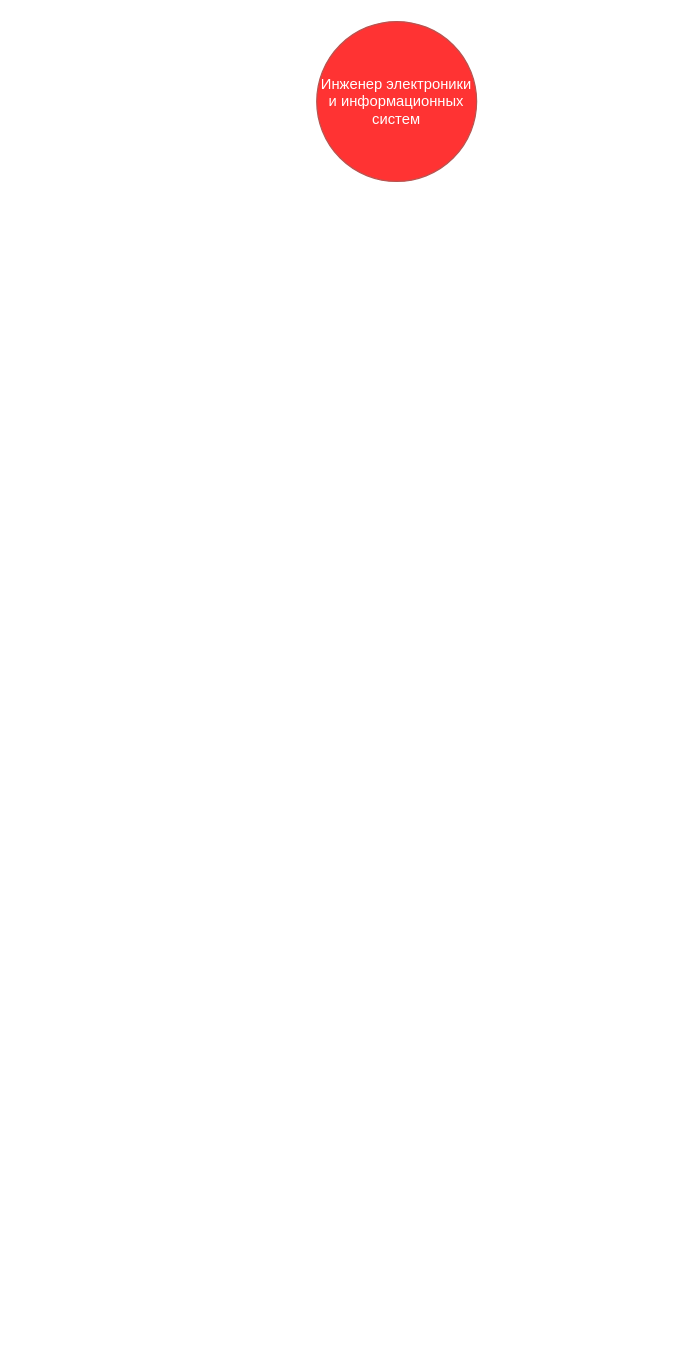
The draw.io diagram Диаграмма без названия.drawio in kamnetanker/engineer_path, before the edit. Source tidied: cells renumbered, new cells numbered last; positions are measured from the earlier drawing's top-left corner, leaving out a move shared by most shapes. Both pictures are drawn from the tidied source at 123%, with x=0, y=0 at pixel (316, 21).
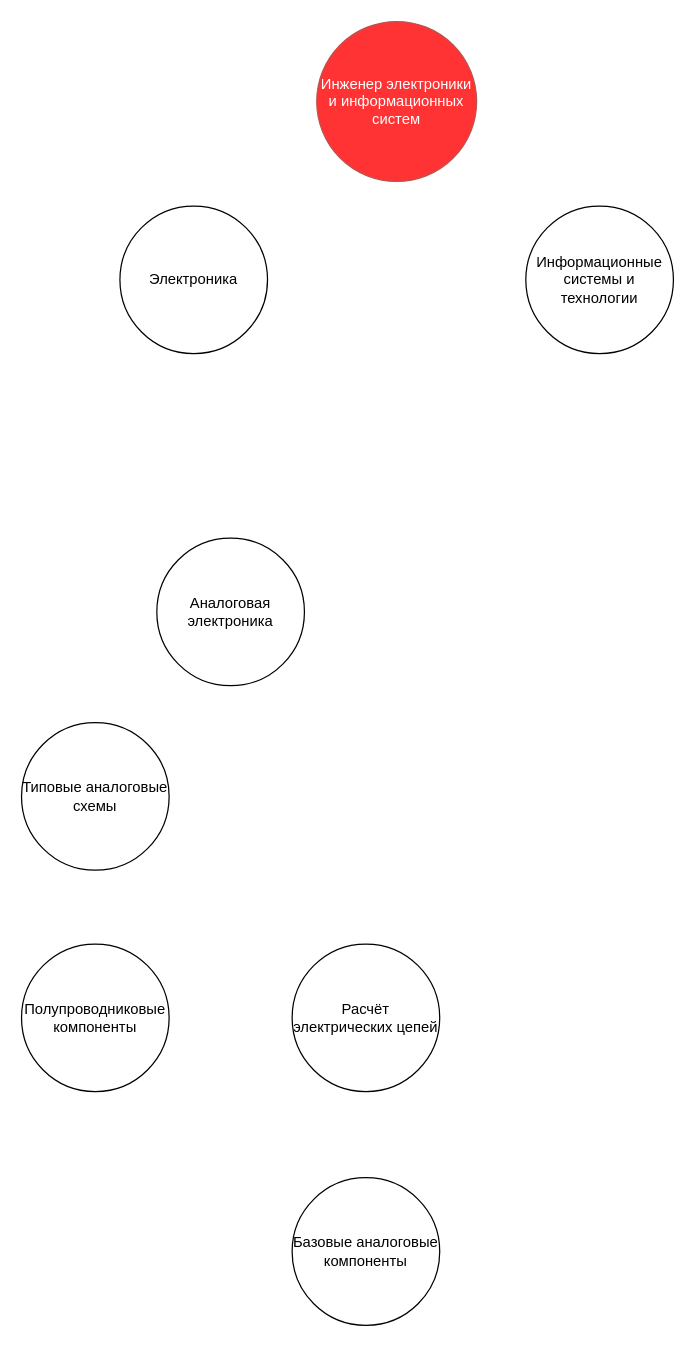
The same diagram, later.

What changed in the source:
```diff
@@
 <mxGraphModel>
   <root>
     <mxCell id="0" />
     <mxCell id="1" parent="0" />
     <mxCell id="2" value="Инженер электроники и информационных систем" style="ellipse;whiteSpace=wrap;html=1;fillColor=#FF3333;strokeColor=#b85450;fontColor=#FFFFFF;" parent="1" vertex="1">
       <mxGeometry width="130" height="130" as="geometry" />
     </mxCell>
+    <mxCell id="3" value="Электроника" style="ellipse;whiteSpace=wrap;html=1;" parent="1" vertex="1">
+      <mxGeometry x="-160" y="150" width="120" height="120" as="geometry" />
+    </mxCell>
+    <mxCell id="4" value="Информационные системы и технологии" style="ellipse;whiteSpace=wrap;html=1;" parent="1" vertex="1">
+      <mxGeometry x="170" y="150" width="120" height="120" as="geometry" />
+    </mxCell>
+    <mxCell id="5" value="Типовые аналоговые схемы" style="ellipse;whiteSpace=wrap;html=1;" parent="1" vertex="1">
+      <mxGeometry x="-240" y="570" width="120" height="120" as="geometry" />
+    </mxCell>
+    <mxCell id="6" value="Расчёт электрических цепей" style="ellipse;whiteSpace=wrap;html=1;" parent="1" vertex="1">
+      <mxGeometry x="-20" y="750" width="120" height="120" as="geometry" />
+    </mxCell>
+    <mxCell id="7" value="Аналоговая электроника" style="ellipse;whiteSpace=wrap;html=1;" parent="1" vertex="1">
+      <mxGeometry x="-130" y="420" width="120" height="120" as="geometry" />
+    </mxCell>
+    <mxCell id="8" value="Базовые аналоговые компоненты" style="ellipse;whiteSpace=wrap;html=1;" parent="1" vertex="1">
+      <mxGeometry x="-20" y="940" width="120" height="120" as="geometry" />
+    </mxCell>
+    <mxCell id="9" value="Полупроводниковые компоненты" style="ellipse;whiteSpace=wrap;html=1;" parent="1" vertex="1">
+      <mxGeometry x="-240" y="750" width="120" height="120" as="geometry" />
+    </mxCell>
   </root>
 </mxGraphModel>
```
